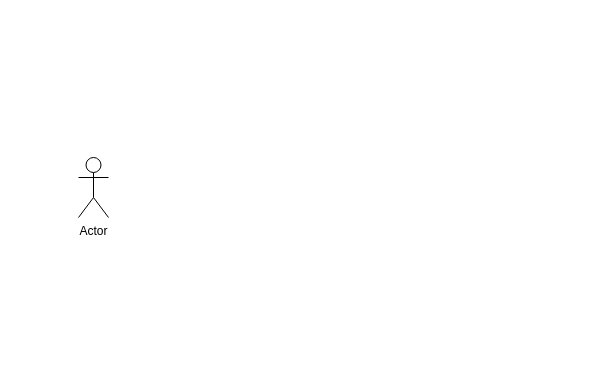
Before: Use Case Diagram.drawio in OhotnikovV/AvIS, a draw.io diagram. Source tidied: cells renumbered, new cells numbered last; positions are measured from the earlier drawing's top-left corner, leaving out a move shared by most shapes. Both pictures are drawn from the tidied source at 100%, with x=0, y=0 at pixel (78, 157).
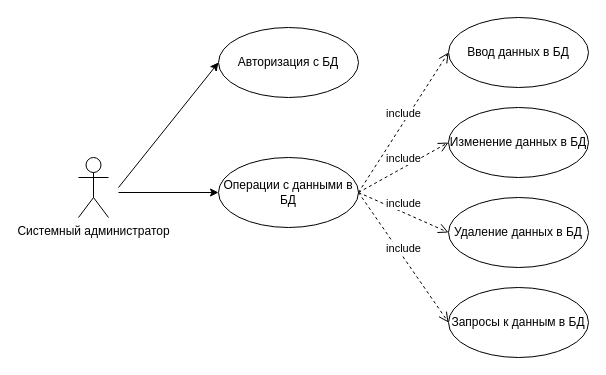
After the change.

What changed in the source:
```diff
@@
 <mxGraphModel>
   <root>
     <mxCell id="0" />
     <mxCell id="1" parent="0" />
-    <mxCell id="2" value="Actor" style="shape=umlActor;verticalLabelPosition=bottom;labelBackgroundColor=#ffffff;verticalAlign=top;html=1;" parent="1" vertex="1">
+    <mxCell id="2" value="Системный администратор" style="shape=umlActor;verticalLabelPosition=bottom;labelBackgroundColor=#ffffff;verticalAlign=top;html=1;" parent="1" vertex="1">
       <mxGeometry width="30" height="60" as="geometry" />
     </mxCell>
+    <mxCell id="3" value="Операции с данными в БД" style="ellipse;whiteSpace=wrap;html=1;" parent="1" vertex="1">
+      <mxGeometry x="140" width="140" height="70" as="geometry" />
+    </mxCell>
+    <mxCell id="4" value="Ввод данных в БД" style="ellipse;whiteSpace=wrap;html=1;" parent="1" vertex="1">
+      <mxGeometry x="370" y="-140" width="140" height="70" as="geometry" />
+    </mxCell>
+    <mxCell id="5" value="Изменение данных в БД" style="ellipse;whiteSpace=wrap;html=1;" parent="1" vertex="1">
+      <mxGeometry x="370" y="-50" width="140" height="70" as="geometry" />
+    </mxCell>
+    <mxCell id="6" value="Удаление данных в БД" style="ellipse;whiteSpace=wrap;html=1;" parent="1" vertex="1">
+      <mxGeometry x="370" y="40" width="140" height="70" as="geometry" />
+    </mxCell>
+    <mxCell id="7" value="Запросы к данным в БД" style="ellipse;whiteSpace=wrap;html=1;" parent="1" vertex="1">
+      <mxGeometry x="370" y="130" width="140" height="70" as="geometry" />
+    </mxCell>
+    <mxCell id="8" style="endArrow=classic;html=1;entryX=0;entryY=0.5;entryDx=0;entryDy=0;" parent="1" edge="1" target="3">
+      <mxGeometry relative="1" as="geometry">
+        <mxPoint x="40" y="35" as="sourcePoint" />
+      </mxGeometry>
+    </mxCell>
+    <mxCell id="9" value="include" style="html=1;verticalAlign=bottom;endArrow=open;dashed=1;endSize=8;entryX=0;entryY=0.5;entryDx=0;entryDy=0;exitX=1;exitY=0.5;exitDx=0;exitDy=0;" parent="1" edge="1" source="3" target="4">
+      <mxGeometry relative="1" as="geometry" />
+    </mxCell>
+    <mxCell id="10" value="include" style="html=1;verticalAlign=bottom;endArrow=open;dashed=1;endSize=8;entryX=0;entryY=0.5;entryDx=0;entryDy=0;exitX=1;exitY=0.5;exitDx=0;exitDy=0;" parent="1" edge="1" source="3" target="5">
+      <mxGeometry relative="1" as="geometry" />
+    </mxCell>
+    <mxCell id="11" value="include" style="html=1;verticalAlign=bottom;endArrow=open;dashed=1;endSize=8;entryX=0;entryY=0.5;entryDx=0;entryDy=0;exitX=1;exitY=0.5;exitDx=0;exitDy=0;" parent="1" edge="1" source="3" target="6">
+      <mxGeometry relative="1" as="geometry" />
+    </mxCell>
+    <mxCell id="12" value="include" style="html=1;verticalAlign=bottom;endArrow=open;dashed=1;endSize=8;entryX=0;entryY=0.5;entryDx=0;entryDy=0;exitX=1;exitY=0.5;exitDx=0;exitDy=0;" parent="1" edge="1" source="3" target="7">
+      <mxGeometry relative="1" as="geometry" />
+    </mxCell>
+    <mxCell id="13" value="Авторизация с БД" style="ellipse;whiteSpace=wrap;html=1;" parent="1" vertex="1">
+      <mxGeometry x="140" y="-130" width="140" height="70" as="geometry" />
+    </mxCell>
+    <mxCell id="14" style="endArrow=classic;html=1;entryX=0;entryY=0.5;entryDx=0;entryDy=0;" parent="1" edge="1" target="13">
+      <mxGeometry relative="1" as="geometry">
+        <mxPoint x="40" y="30" as="sourcePoint" />
+      </mxGeometry>
+    </mxCell>
   </root>
 </mxGraphModel>
```
